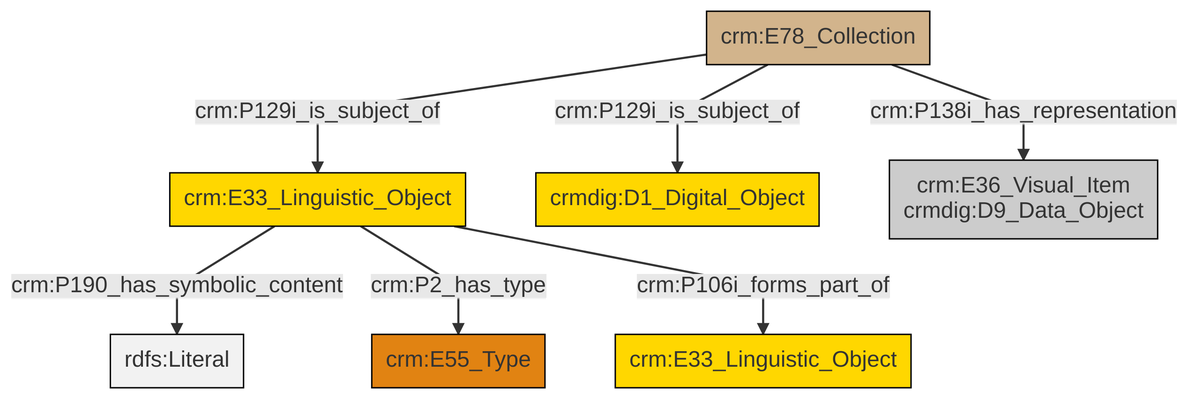
Earlier version of the Mermaid export et/archivalCSV/ttl/mmd/png/archival_docs.png (swiss-art-research-net/docs.swissartresearch). Its source is kept beside it as et/archivalCSV/ttl/mmd/archival_docs.ttl.mmd.
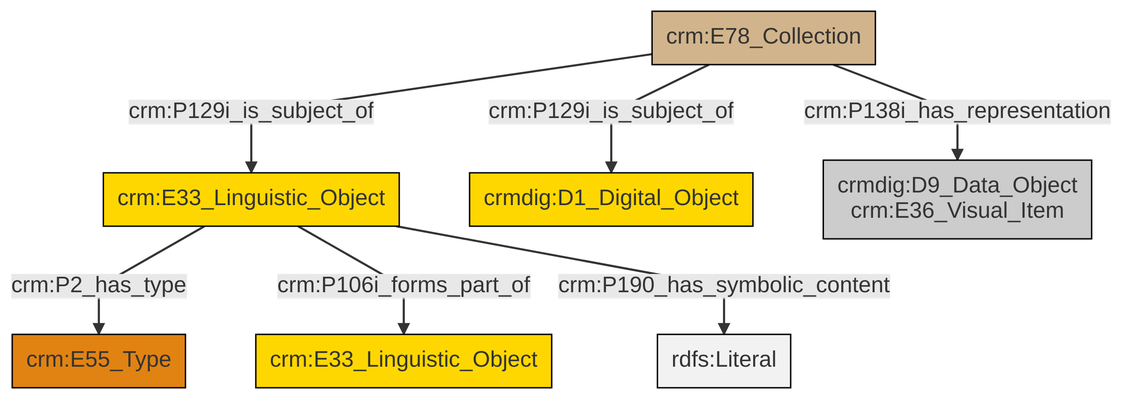
The same file after the commit.

Diff of the diagram source:
```diff
@@ -13,9 +13,9 @@
 classDef PC_Classes fill:#4ce600, stroke:#000000;
 classDef Multi fill:#cccccc,stroke:#000000;
 
-4["crm:E33_Linguistic_Object"]:::Conceptual_Object -->|crm:P190_has_symbolic_content| 5[rdfs:Literal]:::Literal
-0["crm:E78_Collection"]:::Physical_Thing -->|crm:P129i_is_subject_of| 6["crmdig:D1_Digital_Object"]:::Conceptual_Object
-4["crm:E33_Linguistic_Object"]:::Conceptual_Object -->|crm:P2_has_type| 2["crm:E55_Type"]:::Type
-4["crm:E33_Linguistic_Object"]:::Conceptual_Object -->|crm:P106i_forms_part_of| 8["crm:E33_Linguistic_Object"]:::Conceptual_Object
-0["crm:E78_Collection"]:::Physical_Thing -->|crm:P138i_has_representation| 10["crm:E36_Visual_Item<br>crmdig:D9_Data_Object"]:::Multi
-0["crm:E78_Collection"]:::Physical_Thing -->|crm:P129i_is_subject_of| 4["crm:E33_Linguistic_Object"]:::Conceptual_Object
+2["crm:E33_Linguistic_Object"]:::Conceptual_Object -->|crm:P2_has_type| 3["crm:E55_Type"]:::Type
+6["crm:E78_Collection"]:::Physical_Thing -->|crm:P138i_has_representation| 7["crmdig:D9_Data_Object<br>crm:E36_Visual_Item"]:::Multi
+6["crm:E78_Collection"]:::Physical_Thing -->|crm:P129i_is_subject_of| 2["crm:E33_Linguistic_Object"]:::Conceptual_Object
+6["crm:E78_Collection"]:::Physical_Thing -->|crm:P129i_is_subject_of| 4["crmdig:D1_Digital_Object"]:::Conceptual_Object
+2["crm:E33_Linguistic_Object"]:::Conceptual_Object -->|crm:P106i_forms_part_of| 0["crm:E33_Linguistic_Object"]:::Conceptual_Object
+2["crm:E33_Linguistic_Object"]:::Conceptual_Object -->|crm:P190_has_symbolic_content| 11[rdfs:Literal]:::Literal
```
